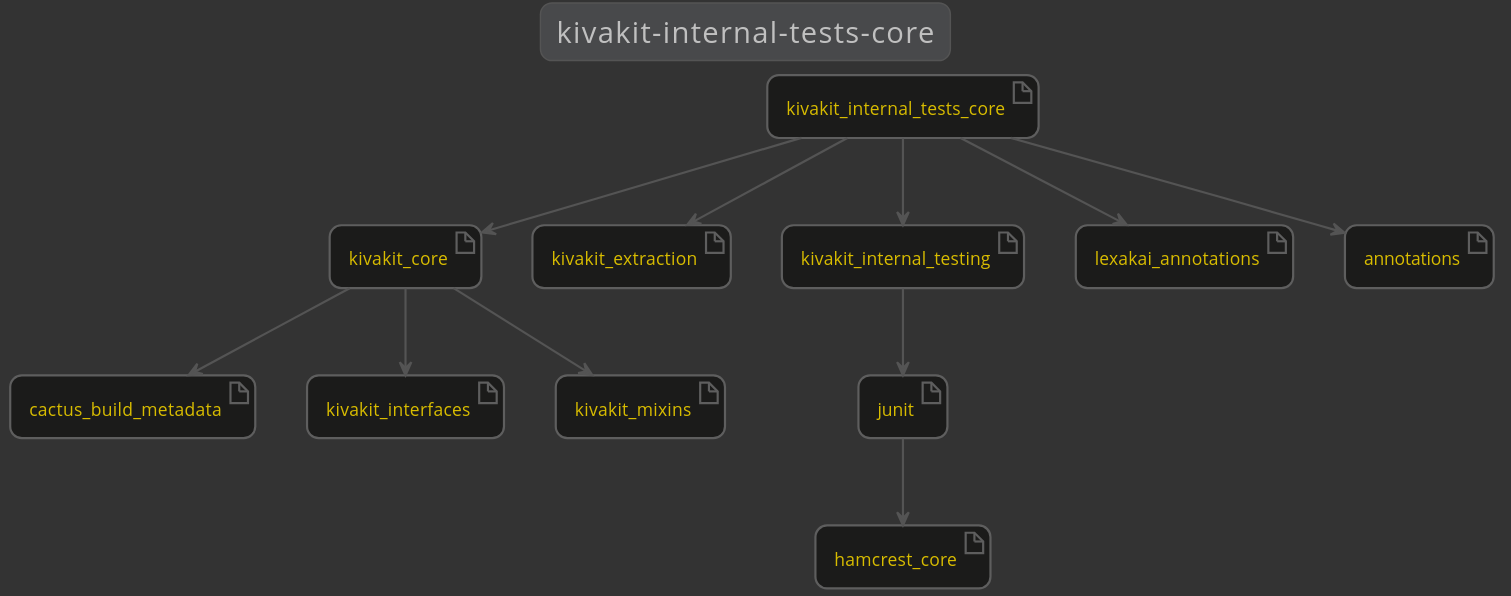
Earlier version of the PlantUML export docs/1.6.0/lexakai/kivakit/kivakit-internal/tests/core/documentation/diagrams/dependencies.svg (Telenav/kivakit-assets). Its diagram source:
```plantuml
@startuml

    !include lexakai.theme

    title "kivakit-internal-tests-core"

    artifact cactus_build_metadata
    artifact kivakit_core
    artifact kivakit_extraction
    artifact kivakit_interfaces
    artifact kivakit_internal_testing
    artifact kivakit_internal_tests_core
    artifact kivakit_mixins
    artifact lexakai_annotations
    artifact junit
    artifact hamcrest_core
    artifact annotations
    junit --> hamcrest_core
    kivakit_core --> cactus_build_metadata
    kivakit_core --> kivakit_interfaces
    kivakit_core --> kivakit_mixins
    kivakit_internal_testing --> junit
    kivakit_internal_tests_core --> annotations
    kivakit_internal_tests_core --> kivakit_core
    kivakit_internal_tests_core --> kivakit_extraction
    kivakit_internal_tests_core --> kivakit_internal_testing
    kivakit_internal_tests_core --> lexakai_annotations

@enduml
```
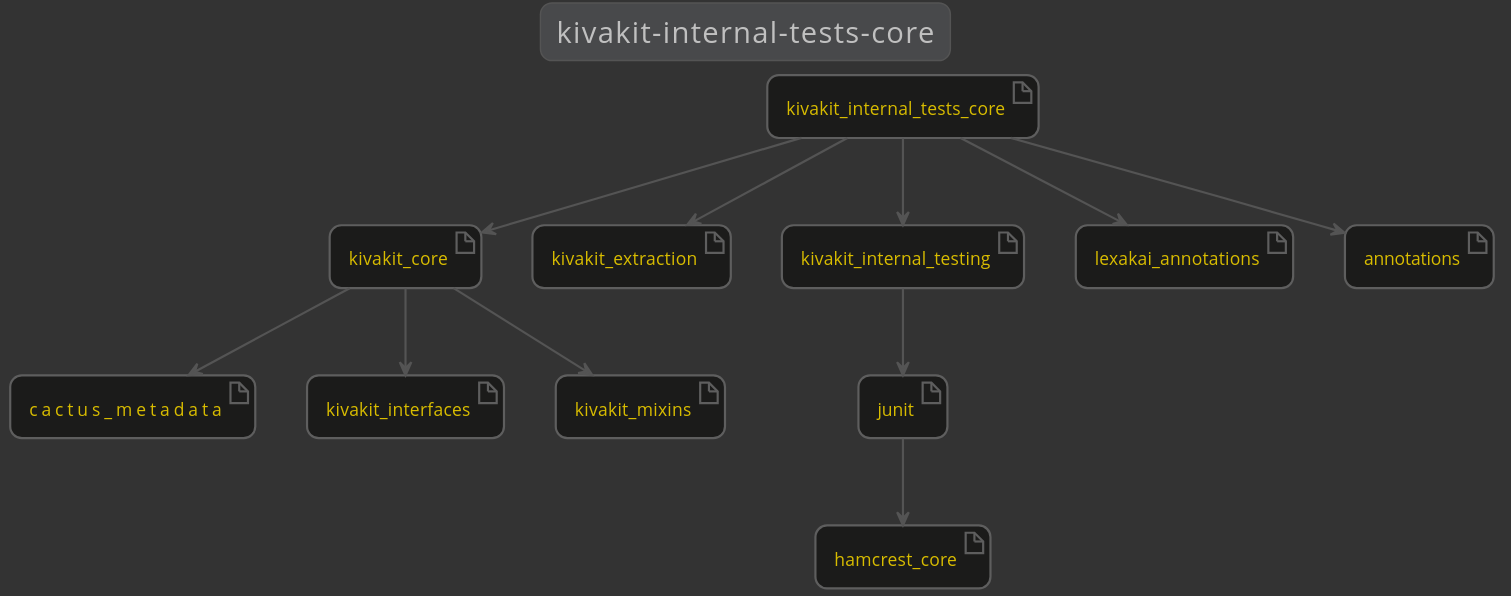
After the change.

Diff of the diagram source:
```diff
@@ -4,7 +4,7 @@
 
     title "kivakit-internal-tests-core"
 
-    artifact cactus_build_metadata
+    artifact cactus_metadata
     artifact kivakit_core
     artifact kivakit_extraction
     artifact kivakit_interfaces
@@ -16,7 +16,7 @@
     artifact hamcrest_core
     artifact annotations
     junit --> hamcrest_core
-    kivakit_core --> cactus_build_metadata
+    kivakit_core --> cactus_metadata
     kivakit_core --> kivakit_interfaces
     kivakit_core --> kivakit_mixins
     kivakit_internal_testing --> junit
```
